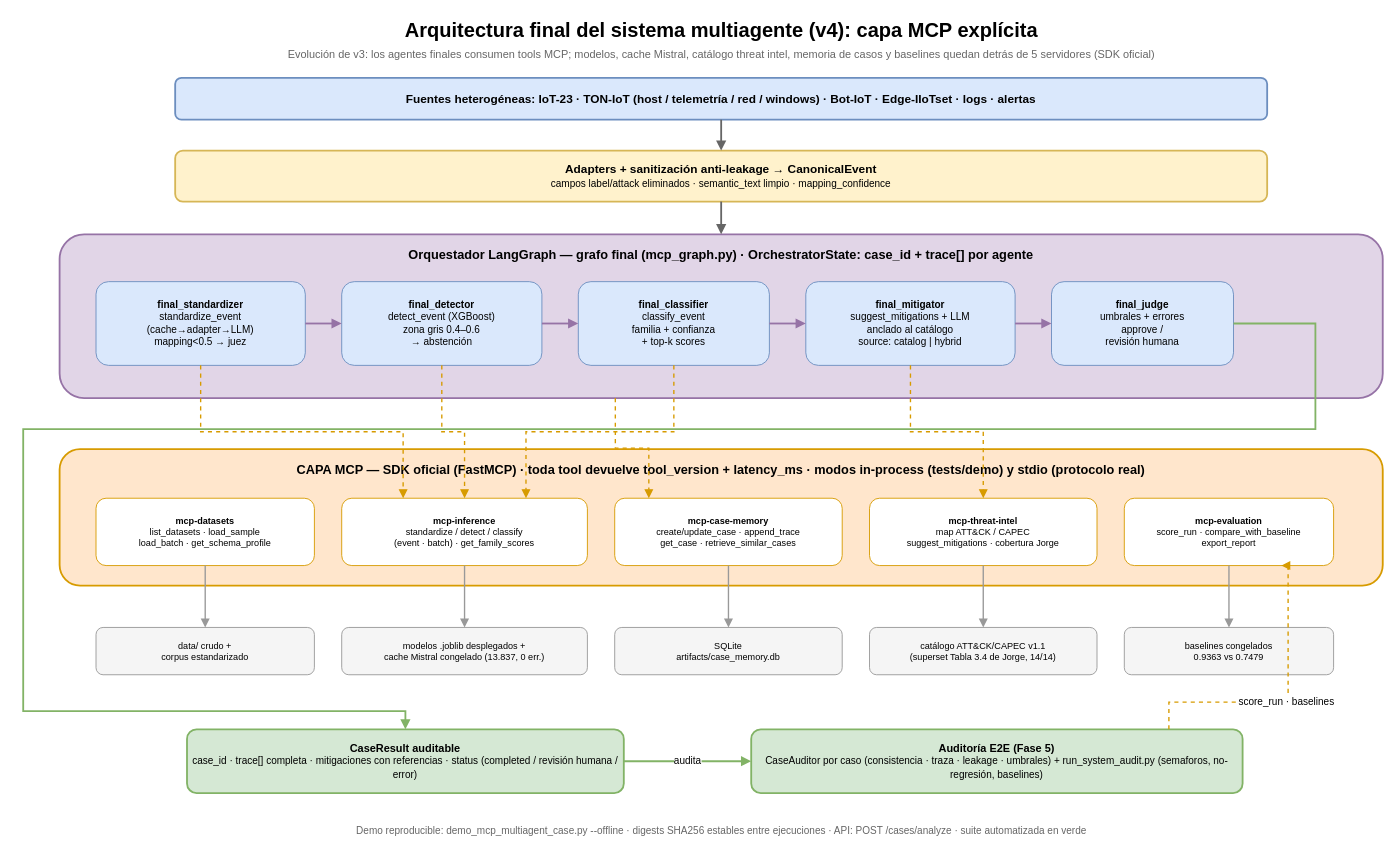
Earlier version of the draw.io diagram docs/comparativa_arquitectura_tfm_v4_mcp.drawio (ManuelGRT/multi-agent-iot-threat-analysis). Source tidied: cells renumbered, new cells numbered last; positions are measured from the earlier drawing's top-left corner, leaving out a move shared by most shapes. Both pictures are drawn from the tidied source at 91%, with x=0, y=0 at pixel (23, 15).
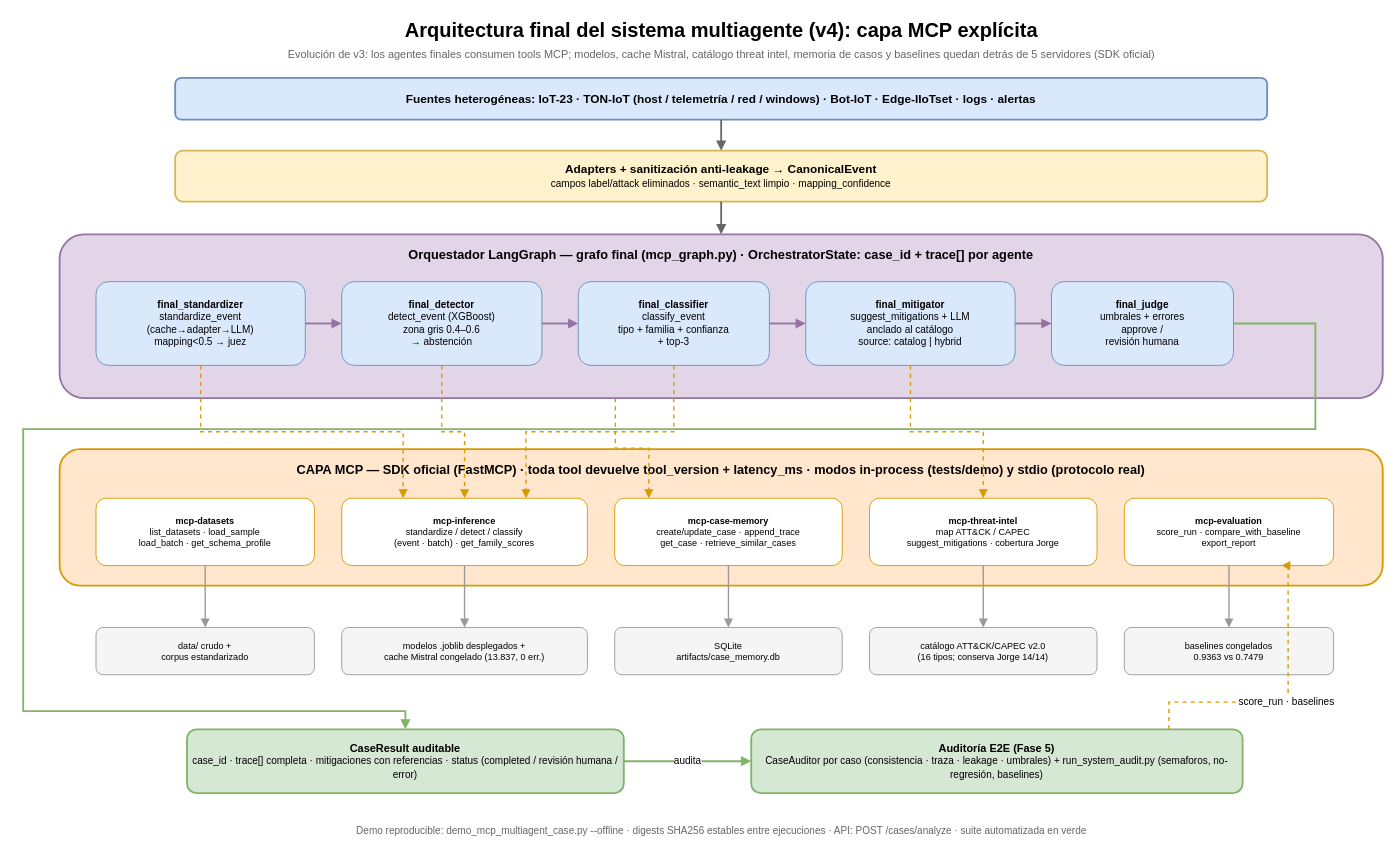
The same diagram, later.

What changed in the source:
```diff
@@
-    <mxCell id="9" value="&lt;b&gt;final_classifier&lt;/b&gt;&lt;br&gt;classify_event&lt;br&gt;familia + confianza&lt;br&gt;+ top-k scores" style="rounded=1;whiteSpace=wrap;html=1;fillColor=#dae8fc;strokeColor=#6c8ebf;fontSize=11;align=center;verticalAlign=middle;spacing=4;" parent="1" vertex="1">
+    <mxCell id="9" value="&lt;b&gt;final_classifier&lt;/b&gt;&lt;br&gt;classify_event&lt;br&gt;tipo + familia + confianza&lt;br&gt;+ top-3" style="rounded=1;whiteSpace=wrap;html=1;fillColor=#dae8fc;strokeColor=#6c8ebf;fontSize=11;align=center;verticalAlign=middle;spacing=4;" parent="1" vertex="1">
       <mxGeometry x="610" y="292" width="210" height="92" as="geometry" />
     </mxCell>
@@
-    <mxCell id="21" value="catálogo ATT&amp;amp;CK/CAPEC v1.1&lt;br&gt;(superset Tabla 3.4 de Jorge, 14/14)" style="rounded=1;whiteSpace=wrap;html=1;fillColor=#f5f5f5;strokeColor=#999999;fontSize=10;align=center;verticalAlign=middle;spacing=4;" parent="1" vertex="1">
+    <mxCell id="21" value="catálogo ATT&amp;amp;CK/CAPEC v2.0&lt;br&gt;(16 tipos; conserva Jorge 14/14)" style="rounded=1;whiteSpace=wrap;html=1;fillColor=#f5f5f5;strokeColor=#999999;fontSize=10;align=center;verticalAlign=middle;spacing=4;" parent="1" vertex="1">
       <mxGeometry x="930" y="672" width="250" height="52" as="geometry" />
     </mxCell>
```
